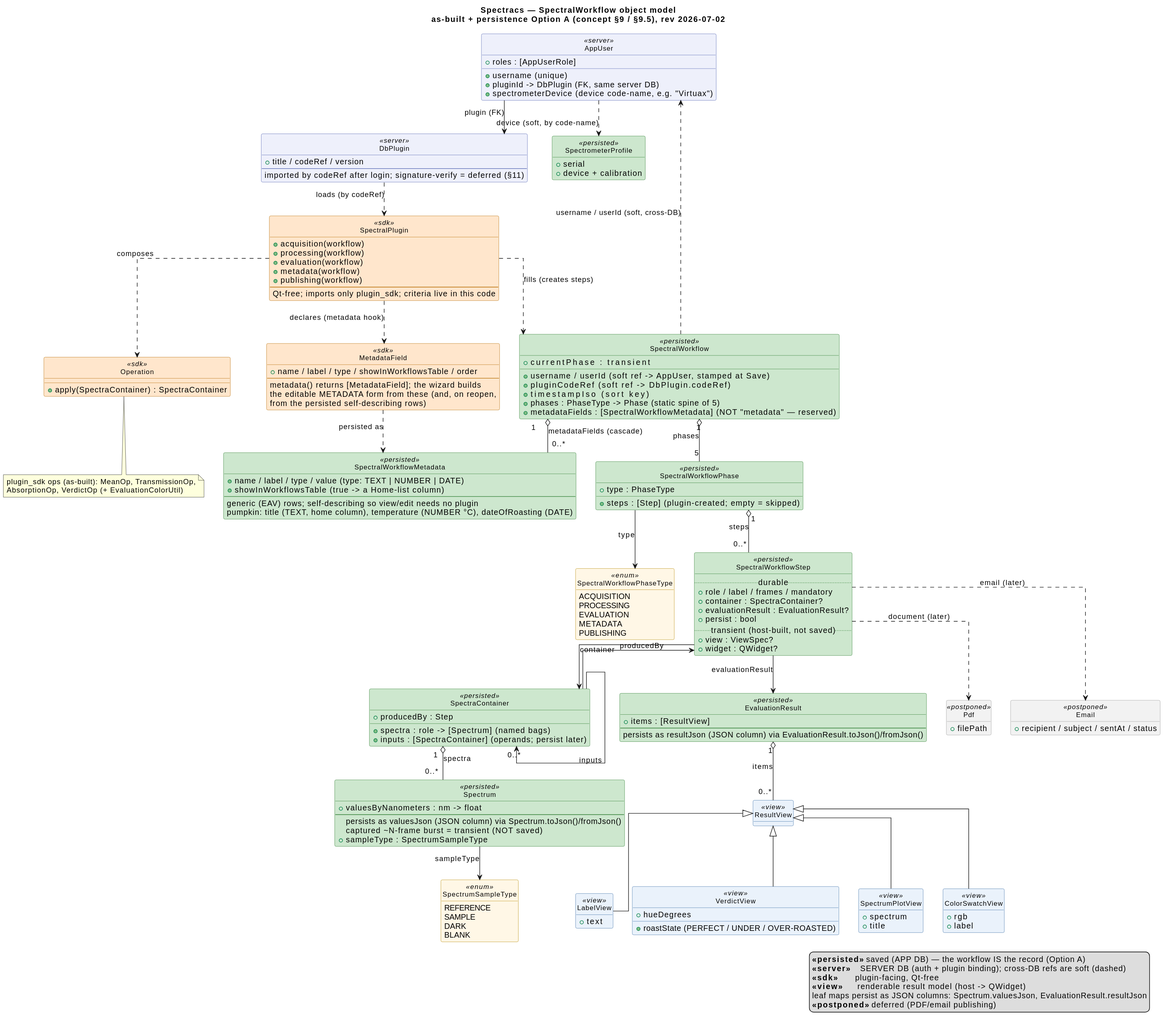
The PlantUML diagram workflow_object_model.svg in nidwe72/spectracs-docs, before a commit.
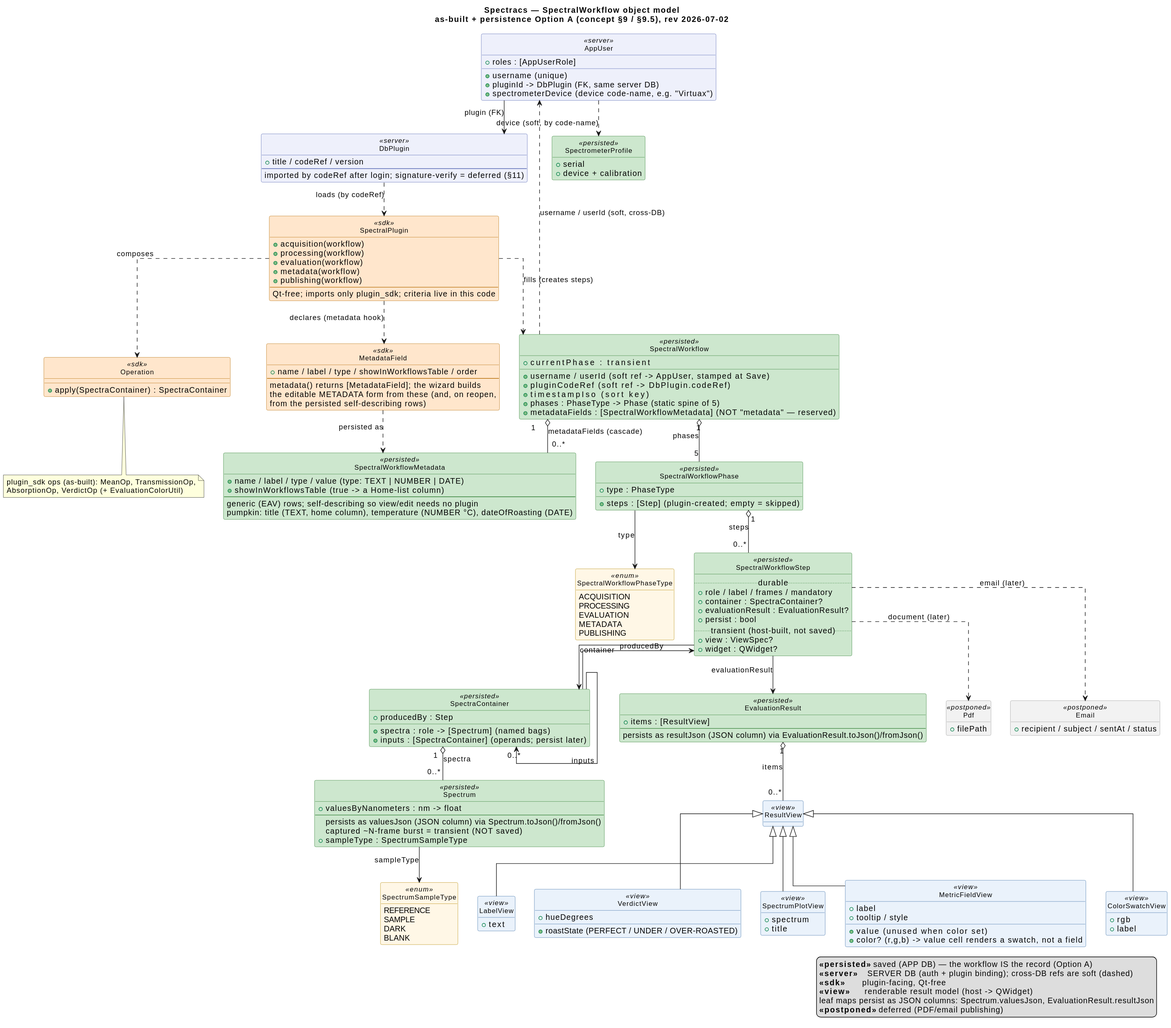
The same diagram one commit later.

Commit message:
Roadmap + object model: bench evaluation colour swatch (implemented)

ROADMAP: implemented entry for the bench evaluation colour row (MetricFieldView
extended with optional color; bench-only; specs amended; 12/12). Object model:
add MetricFieldView (incl. the new color attribute) to the ResultView hierarchy;
regenerate SVG. roadmap_map left unchanged (milestone-level granularity).

What changed in the source:
```diff
@@ -131,12 +131,19 @@
   + spectrum
   + title
 }
+class MetricFieldView <<view>> {
+  + label
+  + value      (unused when color set)
+  + tooltip / style
+  + color?     (r,g,b) -> value cell renders a swatch, not a field
+}
 SpectralWorkflowStep --> EvaluationResult : evaluationResult
 EvaluationResult "1" o-- "0..*" ResultView : items
 ResultView <|-- ColorSwatchView
 ResultView <|-- LabelView
 ResultView <|-- VerdictView
 ResultView <|-- SpectrumPlotView
+ResultView <|-- MetricFieldView
 
 class Pdf <<postponed>> {
   + filePath
```
